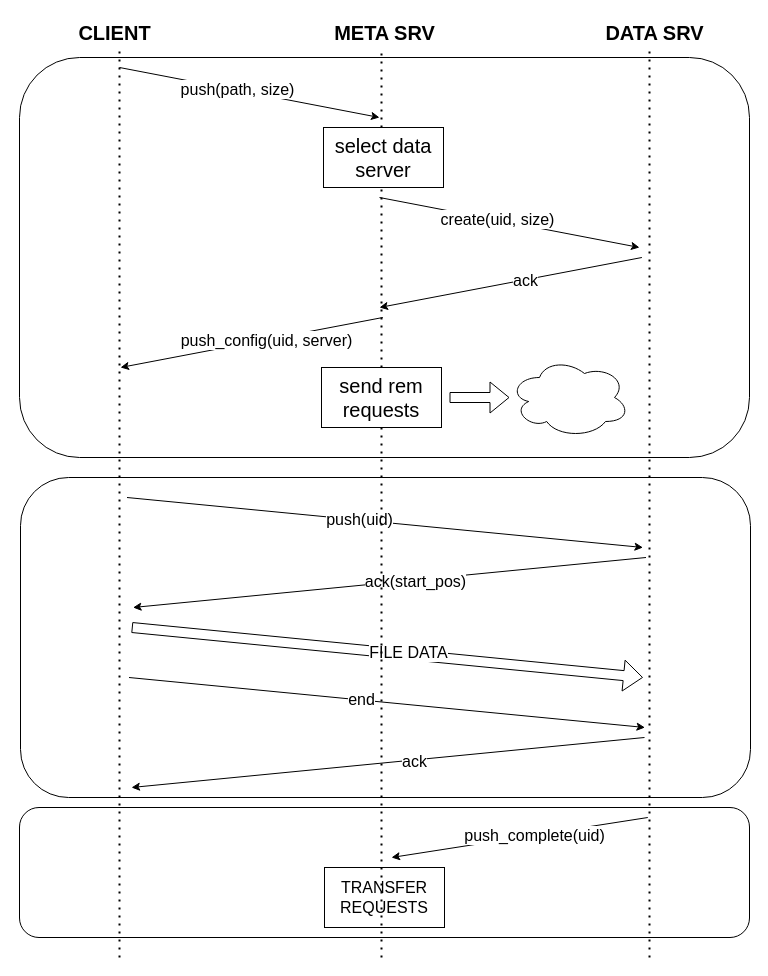
The draw.io diagram diagrams/requests/push request.drawio in ale99WGiais/tesina_iot, before the edit. Source tidied: cells renumbered, new cells numbered last; positions are measured from the earlier drawing's top-left corner, leaving out a move shared by most shapes. Both pictures are drawn from the tidied source at 100%, with x=0, y=0 at pixel (19, 17).
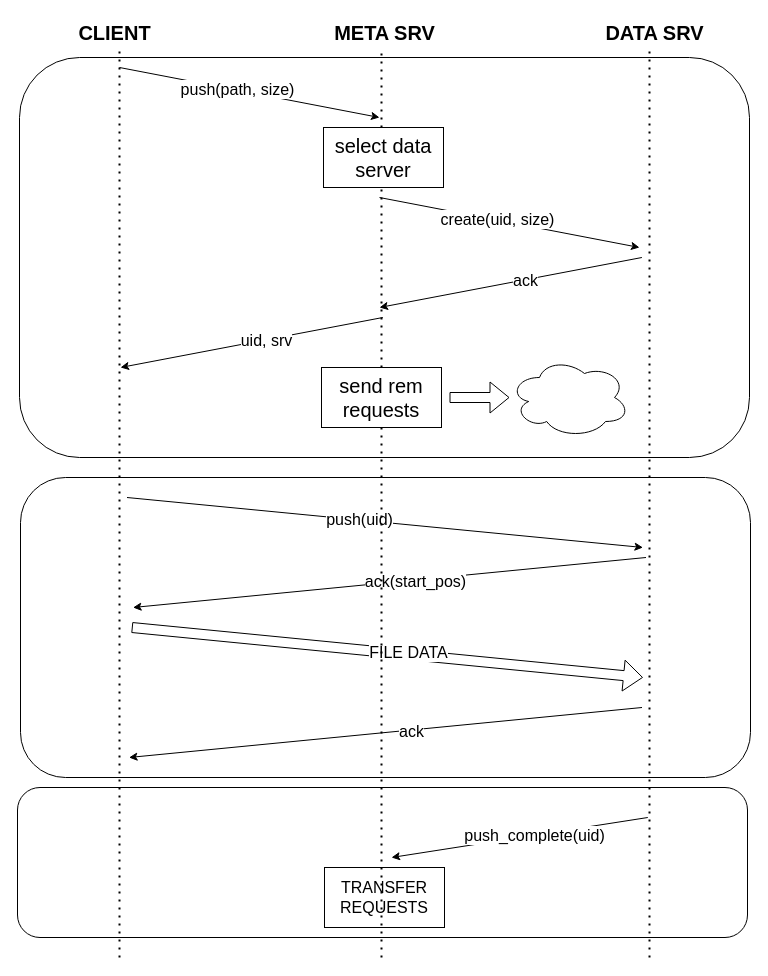
After the change.

The change refers to these unchanged cells:
```xml
<mxCell id="15" style="endArrow=classic;html=1;fontSize=16;" parent="1" edge="1">
  <mxGeometry relative="1" as="geometry">
    <mxPoint x="363.3" y="300" as="sourcePoint" />
    <mxPoint x="101" y="350" as="targetPoint" />
  </mxGeometry>
</mxCell>
```

The edit, as a diff of the source:
```diff
@@
     <mxCell id="2" style="rounded=1;whiteSpace=wrap;html=1;fontSize=16;" parent="1" vertex="1">
-      <mxGeometry y="790" width="730" height="130" as="geometry" />
+      <mxGeometry x="-2" y="770" width="730" height="150" as="geometry" />
     </mxCell>
     <mxCell id="3" style="rounded=1;whiteSpace=wrap;html=1;fontSize=16;" parent="1" vertex="1">
-      <mxGeometry x="1" y="460" width="730" height="320" as="geometry" />
+      <mxGeometry x="1" y="460" width="730" height="300" as="geometry" />
     </mxCell>
@@
-    <mxCell id="16" value="push_config(uid, server)" style="edgeLabel;html=1;align=center;verticalAlign=middle;fontSize=16;" parent="15" vertex="1">
+    <mxCell id="16" value="uid, srv" style="edgeLabel;html=1;align=center;verticalAlign=middle;fontSize=16;" parent="15" vertex="1">
       <mxGeometry x="-0.11" relative="1" as="geometry" />
     </mxCell>
@@
-    <mxCell id="26" style="endArrow=classic;html=1;fontSize=16;" parent="1" edge="1">
-      <mxGeometry relative="1" as="geometry">
-        <mxPoint x="109.5" y="660" as="sourcePoint" />
-        <mxPoint x="625.5" y="710" as="targetPoint" />
-      </mxGeometry>
-    </mxCell>
-    <mxCell id="27" value="&lt;div&gt;end&lt;/div&gt;" style="edgeLabel;html=1;align=center;verticalAlign=middle;fontSize=16;" parent="26" vertex="1">
-      <mxGeometry x="-0.1" y="1" relative="1" as="geometry" />
-    </mxCell>
     <mxCell id="28" style="endArrow=classic;html=1;fontSize=16;" parent="1" edge="1">
       <mxGeometry relative="1" as="geometry">
-        <mxPoint x="625" y="720" as="sourcePoint" />
-        <mxPoint x="112" y="770" as="targetPoint" />
+        <mxPoint x="622.5" y="690" as="sourcePoint" />
+        <mxPoint x="109.5" y="740" as="targetPoint" />
       </mxGeometry>
     </mxCell>
```
